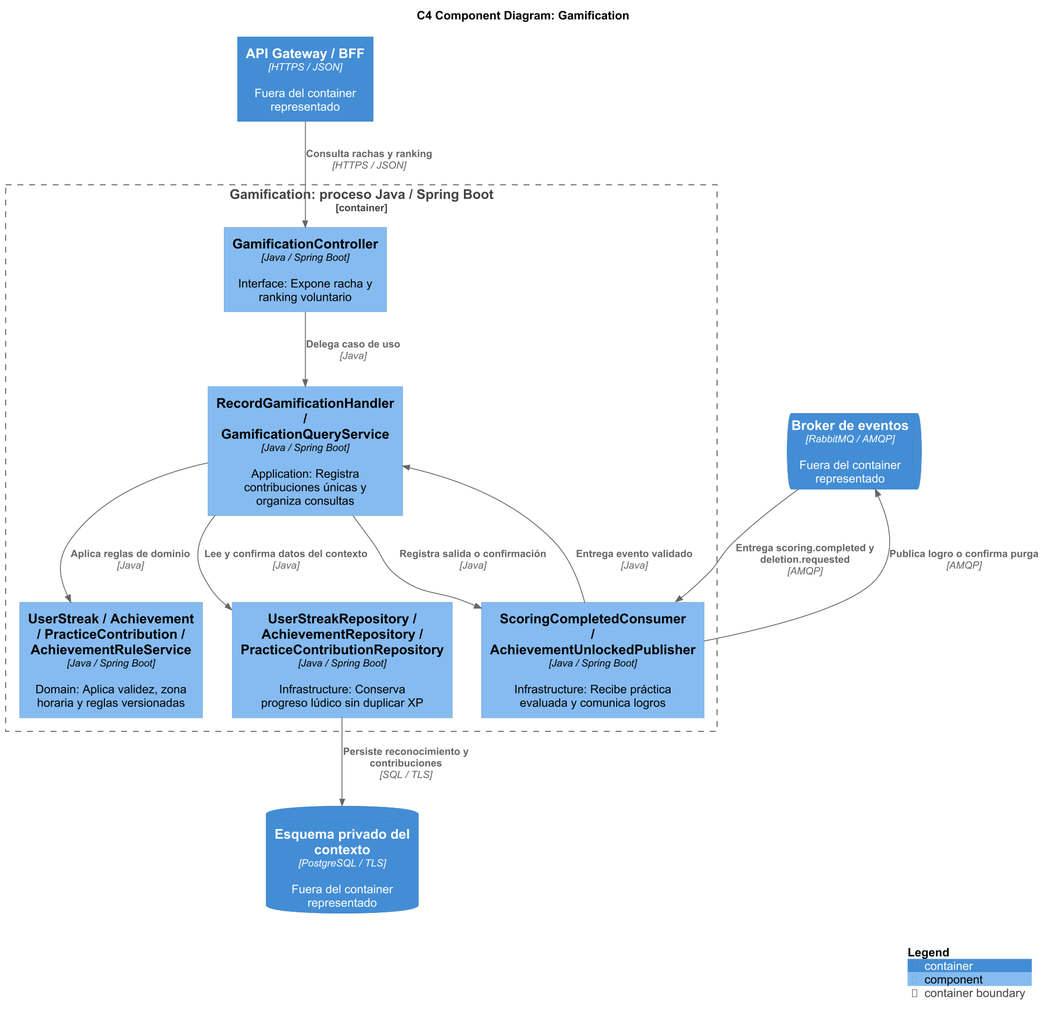
The PlantUML diagram assets/diagrams/tactical/07-gamification-components.png in upc-pre-202620-si728-16365-thropic/talki-project-report, before a commit.
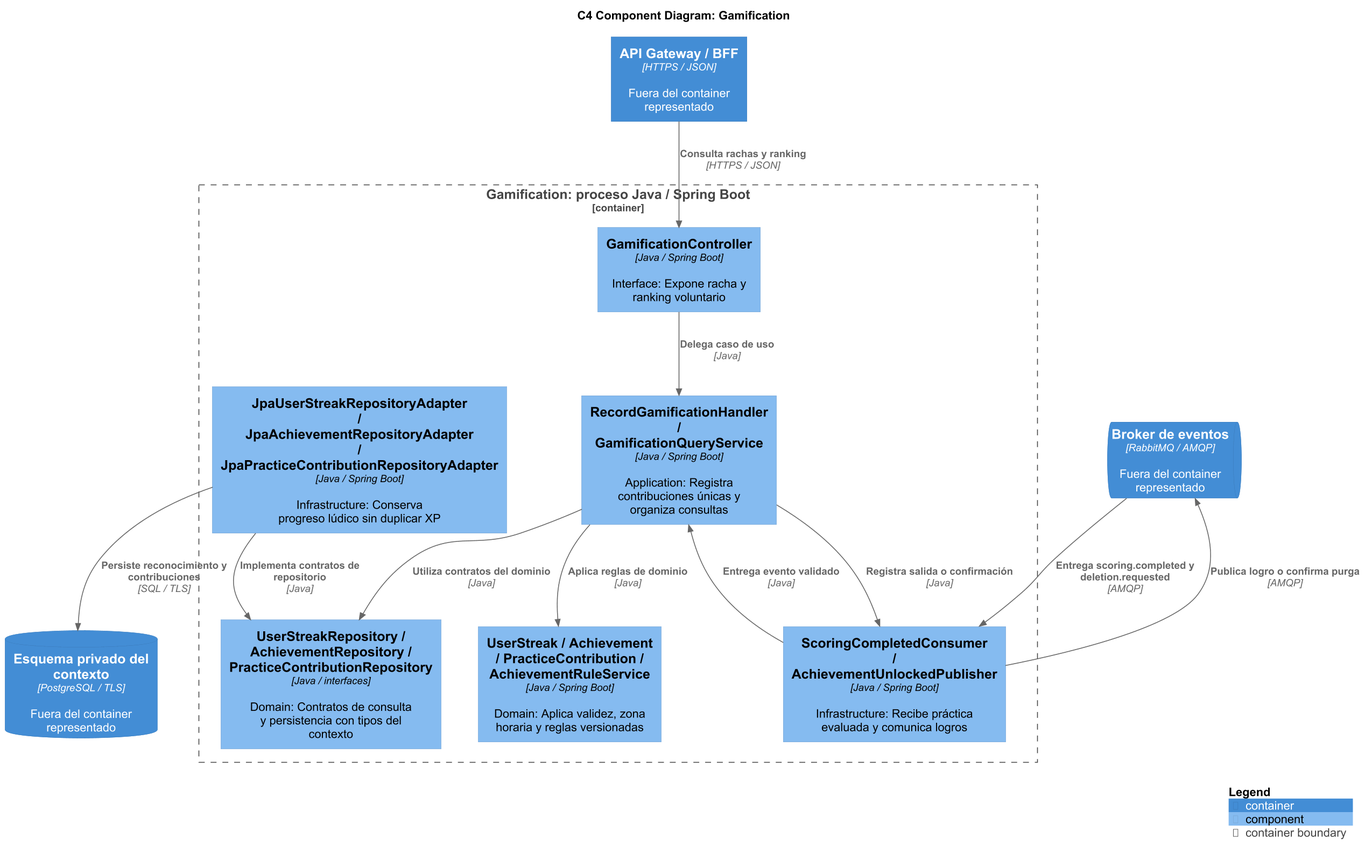
Later version of the same file.

What changed in the source:
```diff
@@ -11,13 +11,15 @@
   Component(api, "GamificationController", "Java / Spring Boot", "Interface: Expone racha y ranking voluntario")
   Component(app, "RecordGamificationHandler / GamificationQueryService", "Java / Spring Boot", "Application: Registra contribuciones únicas y organiza consultas")
   Component(rules, "UserStreak / Achievement / PracticeContribution / AchievementRuleService", "Java / Spring Boot", "Domain: Aplica validez, zona horaria y reglas versionadas")
-  Component(repo, "UserStreakRepository / AchievementRepository / PracticeContributionRepository", "Java / Spring Boot", "Infrastructure: Conserva progreso lúdico sin duplicar XP")
+  Component(ports, "UserStreakRepository / AchievementRepository / PracticeContributionRepository", "Java / interfaces", "Domain: Contratos de consulta y persistencia con tipos del contexto")
+  Component(repo, "JpaUserStreakRepositoryAdapter / JpaAchievementRepositoryAdapter / JpaPracticeContributionRepositoryAdapter", "Java / Spring Boot", "Infrastructure: Conserva progreso lúdico sin duplicar XP")
   Component(messaging, "ScoringCompletedConsumer / AchievementUnlockedPublisher", "Java / Spring Boot", "Infrastructure: Recibe práctica evaluada y comunica logros")
 }
 Rel(api, app, "Delega caso de uso", "Java")
 Rel(messaging, app, "Entrega evento validado", "Java")
 Rel(app, rules, "Aplica reglas de dominio", "Java")
-Rel(app, repo, "Lee y confirma datos del contexto", "Java")
+Rel(app, ports, "Utiliza contratos del dominio", "Java")
+Rel(repo, ports, "Implementa contratos de repositorio", "Java")
 Rel(app, messaging, "Registra salida o confirmación", "Java")
 Rel(bff, api, "Consulta rachas y ranking", "HTTPS / JSON")
 Rel(bus, messaging, "Entrega scoring.completed y deletion.requested", "AMQP")
```
